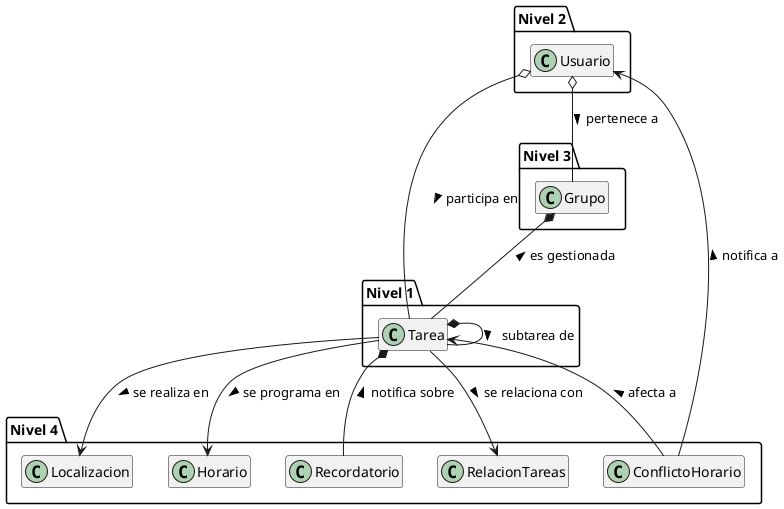
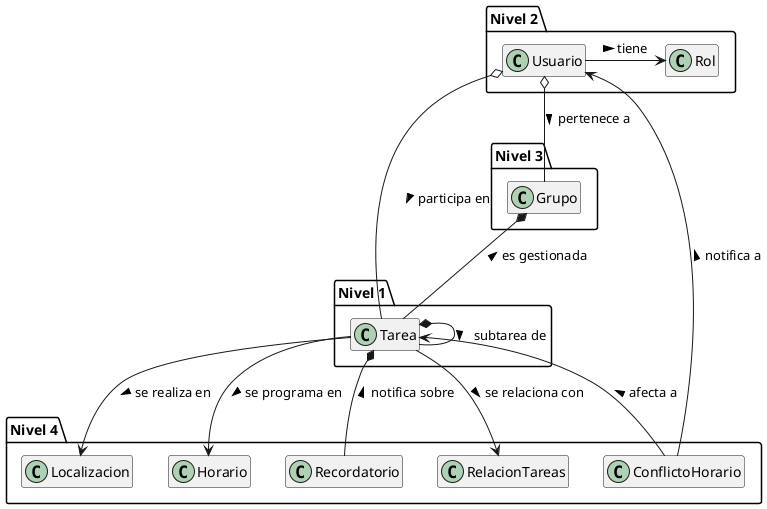
- @startuml Diagrama de Clases - Primera Reunión
+ @startuml Diagrama de Clases - Actualizado
top to bottom direction
hide methods
hide attributes
skinparam classAttributeIconSize 0

' Nivel 1: Tarea
package "Nivel 1" {
  class Tarea
}

- ' Nivel 2: Usuario
+ ' Nivel 2: Usuario y Rol
package "Nivel 2" {
  class Usuario
+   class Rol
}

' Nivel 3: Grupo
package "Nivel 3" {
  class Grupo
}

' Nivel 4: Resto de clases
package "Nivel 4" {
  class ConflictoHorario
  class Localizacion
  class Horario
  class Recordatorio
  class RelacionTareas
}

' Relaciones principales
Grupo *-- Tarea : es gestionada <
Usuario o-- Tarea : participa en >
Usuario o-- Grupo : pertenece a >
Tarea *-- Tarea : subtarea de >

+ ' NUEVA RELACIÓN: Usuario tiene un Rol
+ Usuario -right-> Rol : tiene >
+ 
' Relaciones con el resto
Tarea <-- ConflictoHorario : afecta a <
Usuario <-- ConflictoHorario : notifica a <
Tarea --> Localizacion : se realiza en >
Tarea --> Horario : se programa en >
Tarea *-- Recordatorio : notifica sobre <
Tarea --> RelacionTareas : se relaciona con >

- @enduml
+ @enduml